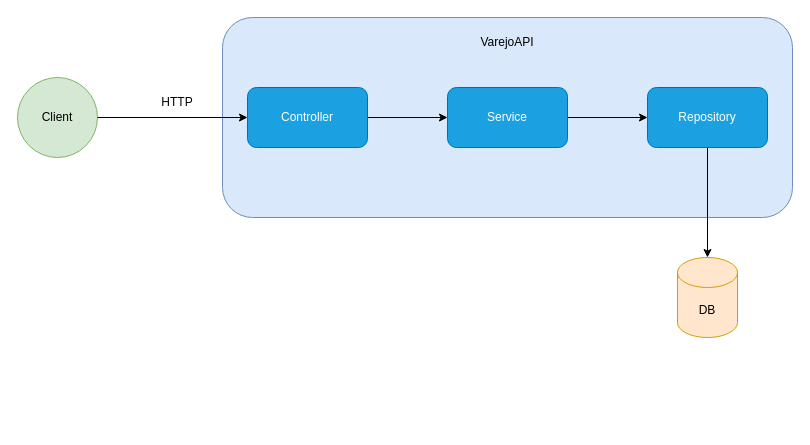
The draw.io diagram docs/Architecture.drawio in araleo/VarejoAPI, before the edit. Source tidied: cells renumbered, new cells numbered last; positions are measured from the earlier drawing's top-left corner, leaving out a move shared by most shapes. Both pictures are drawn from the tidied source at 100%, with x=0, y=0 at pixel (17, 17).
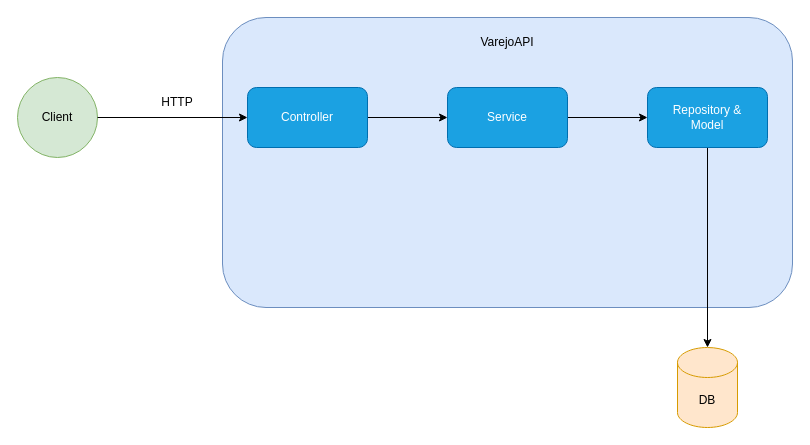
The same page after the edit.

The edit, as a diff of the source:
```diff
@@
 <mxGraphModel>
   <root>
     <mxCell id="0" />
     <mxCell id="1" parent="0" />
     <mxCell id="2" style="rounded=1;whiteSpace=wrap;html=1;fillColor=#dae8fc;strokeColor=#6c8ebf;" parent="1" vertex="1">
-      <mxGeometry x="205" width="570" height="200" as="geometry" />
+      <mxGeometry x="205" width="570" height="290" as="geometry" />
     </mxCell>
     <mxCell id="3" value="Client" style="ellipse;whiteSpace=wrap;html=1;fillColor=#d5e8d4;strokeColor=#82b366;" parent="1" vertex="1">
       <mxGeometry y="60" width="80" height="80" as="geometry" />
     </mxCell>
     <mxCell id="4" style="edgeStyle=orthogonalEdgeStyle;rounded=0;jettySize=auto;html=1;entryX=0;entryY=0.5;entryDx=0;entryDy=0;" parent="1" edge="1" source="5" target="7">
       <mxGeometry relative="1" as="geometry" />
     </mxCell>
     <mxCell id="5" value="Controller" style="rounded=1;whiteSpace=wrap;html=1;fillColor=#1ba1e2;strokeColor=#006EAF;fontColor=#ffffff;" parent="1" vertex="1">
       <mxGeometry x="230" y="70" width="120" height="60" as="geometry" />
     </mxCell>
     <mxCell id="6" style="edgeStyle=orthogonalEdgeStyle;rounded=0;jettySize=auto;html=1;" parent="1" edge="1" source="7" target="9">
       <mxGeometry relative="1" as="geometry" />
     </mxCell>
     <mxCell id="7" value="Service" style="rounded=1;whiteSpace=wrap;html=1;fillColor=#1ba1e2;fontColor=#ffffff;strokeColor=#006EAF;" parent="1" vertex="1">
       <mxGeometry x="430" y="70" width="120" height="60" as="geometry" />
     </mxCell>
     <mxCell id="8" style="edgeStyle=orthogonalEdgeStyle;rounded=0;jettySize=auto;html=1;" parent="1" edge="1" source="9" target="10">
       <mxGeometry relative="1" as="geometry" />
     </mxCell>
-    <mxCell id="9" value="Repository" style="rounded=1;whiteSpace=wrap;html=1;fillColor=#1ba1e2;fontColor=#ffffff;strokeColor=#006EAF;" parent="1" vertex="1">
+    <mxCell id="9" value="Repository &amp;amp;&lt;br&gt;Model" style="rounded=1;whiteSpace=wrap;html=1;fillColor=#1ba1e2;fontColor=#ffffff;strokeColor=#006EAF;" parent="1" vertex="1">
       <mxGeometry x="630" y="70" width="120" height="60" as="geometry" />
     </mxCell>
     <mxCell id="10" value="DB" style="shape=cylinder3;whiteSpace=wrap;html=1;boundedLbl=1;backgroundOutline=1;size=15;fillColor=#ffe6cc;strokeColor=#d79b00;" parent="1" vertex="1">
-      <mxGeometry x="660" y="240" width="60" height="80" as="geometry" />
+      <mxGeometry x="660" y="330" width="60" height="80" as="geometry" />
     </mxCell>
     <mxCell id="11" style="endArrow=classic;html=1;rounded=0;exitX=1;exitY=0.5;exitDx=0;exitDy=0;entryX=0;entryY=0.5;entryDx=0;entryDy=0;" parent="1" edge="1" source="3" target="5">
       <mxGeometry relative="1" as="geometry" />
     </mxCell>
     <mxCell id="12" value="HTTP" style="text;html=1;align=center;verticalAlign=middle;whiteSpace=wrap;rounded=0;" parent="1" vertex="1">
       <mxGeometry x="130" y="70" width="60" height="30" as="geometry" />
     </mxCell>
     <mxCell id="13" value="VarejoAPI" style="text;html=1;align=center;verticalAlign=middle;whiteSpace=wrap;rounded=0;" parent="1" vertex="1">
       <mxGeometry x="460" y="10" width="60" height="30" as="geometry" />
     </mxCell>
   </root>
 </mxGraphModel>
```
